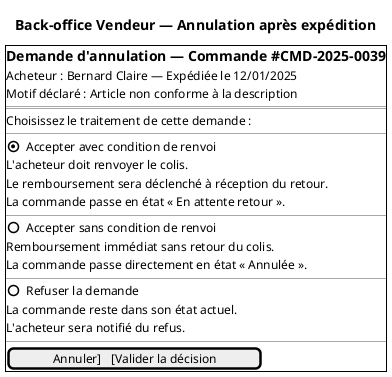
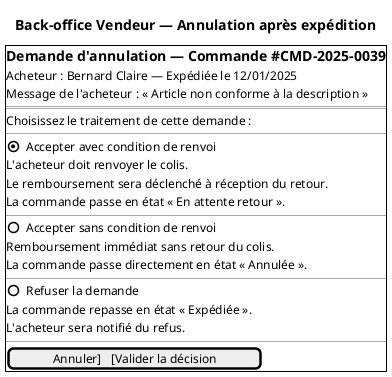
@startsalt
' Composant PA : front-vendeur (Back-office Vendeur)
' Fonctions allouées : Service Commande — FS-V08
' Couvre : annulation après expédition avec ou sans condition de renvoi
title Back-office Vendeur — Annulation après expédition

{+
  == Demande d'annulation — Commande #CMD-2025-0039
  Acheteur : Bernard Claire — Expédiée le 12/01/2025
-   Motif déclaré : Article non conforme à la description
+   Message de l'acheteur : « Article non conforme à la description »
  ==
  Choisissez le traitement de cette demande :
  --
  (X) Accepter avec condition de renvoi
      L'acheteur doit renvoyer le colis.
      Le remboursement sera déclenché à réception du retour.
      La commande passe en état « En attente retour ».
  --
  ( ) Accepter sans condition de renvoi
      Remboursement immédiat sans retour du colis.
      La commande passe directement en état « Annulée ».
  --
  ( ) Refuser la demande
-       La commande reste dans son état actuel.
+       La commande repasse en état « Expédiée ».
      L'acheteur sera notifié du refus.
  --
  [Annuler]   [Valider la décision]
}
@endsalt
